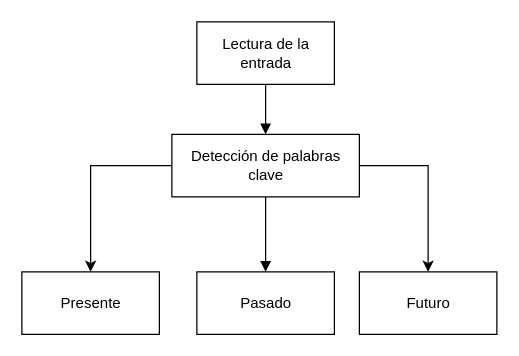
Before: Documentación/Imagenes/Bitmap/Diagramas/deteccionTiempoVerbal.drawio in NILGroup/TFG-1819-PictoTexto, a draw.io diagram. Source tidied: cells renumbered, new cells numbered last; positions are measured from the earlier drawing's top-left corner, leaving out a move shared by most shapes. Both pictures are drawn from the tidied source at 125%, with x=0, y=0 at pixel (21, 21).
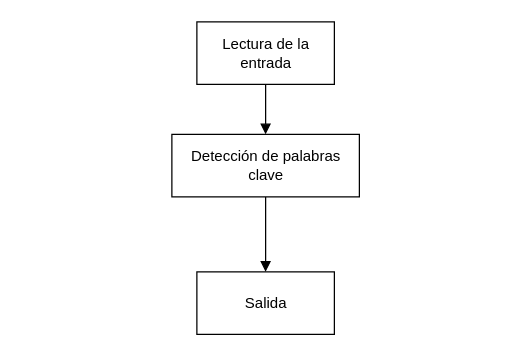
The same diagram, later.

Change to the diagram source:
```diff
@@
 <mxGraphModel>
   <root>
     <mxCell id="0" />
     <mxCell id="1" parent="0" />
     <mxCell id="2" value="Lectura de la &lt;br&gt;entrada&lt;br&gt;" style="html=1;" parent="1" vertex="1">
       <mxGeometry x="140" width="110" height="50" as="geometry" />
     </mxCell>
-    <mxCell id="3" style="edgeStyle=orthogonalEdgeStyle;rounded=0;jettySize=auto;html=1;" parent="1" edge="1" source="4" target="5">
-      <mxGeometry relative="1" as="geometry" />
-    </mxCell>
     <mxCell id="4" value="Detección de palabras&lt;br&gt;clave&lt;br&gt;" style="html=1;" parent="1" vertex="1">
       <mxGeometry x="120" y="90" width="150" height="50" as="geometry" />
     </mxCell>
-    <mxCell id="5" value="Presente&lt;br&gt;" style="html=1;" parent="1" vertex="1">
-      <mxGeometry y="200" width="110" height="50" as="geometry" />
-    </mxCell>
-    <mxCell id="6" value="Pasado&lt;br&gt;" style="html=1;" parent="1" vertex="1">
+    <mxCell id="6" value="Salida&lt;br&gt;" style="html=1;" parent="1" vertex="1">
       <mxGeometry x="140" y="200" width="110" height="50" as="geometry" />
     </mxCell>
     <mxCell id="7" style="html=1;verticalAlign=bottom;endArrow=block;entryX=0.5;entryY=0;entryDx=0;entryDy=0;" parent="1" edge="1" source="2" target="4">
       <mxGeometry relative="1" as="geometry" />
     </mxCell>
     <mxCell id="8" style="html=1;verticalAlign=bottom;endArrow=block;entryX=0.5;entryY=0;entryDx=0;entryDy=0;exitX=0.5;exitY=1;exitDx=0;exitDy=0;" parent="1" edge="1" source="4">
       <mxGeometry relative="1" as="geometry">
         <mxPoint x="195" y="200" as="targetPoint" />
       </mxGeometry>
     </mxCell>
-    <mxCell id="9" value="Futuro&lt;br&gt;" style="html=1;" parent="1" vertex="1">
-      <mxGeometry x="270" y="200" width="110" height="50" as="geometry" />
-    </mxCell>
-    <mxCell id="10" style="edgeStyle=orthogonalEdgeStyle;rounded=0;jettySize=auto;html=1;entryX=0.5;entryY=0;entryDx=0;entryDy=0;exitX=1;exitY=0.5;exitDx=0;exitDy=0;" parent="1" edge="1" source="4" target="9">
-      <mxGeometry relative="1" as="geometry" />
-    </mxCell>
   </root>
 </mxGraphModel>
```
